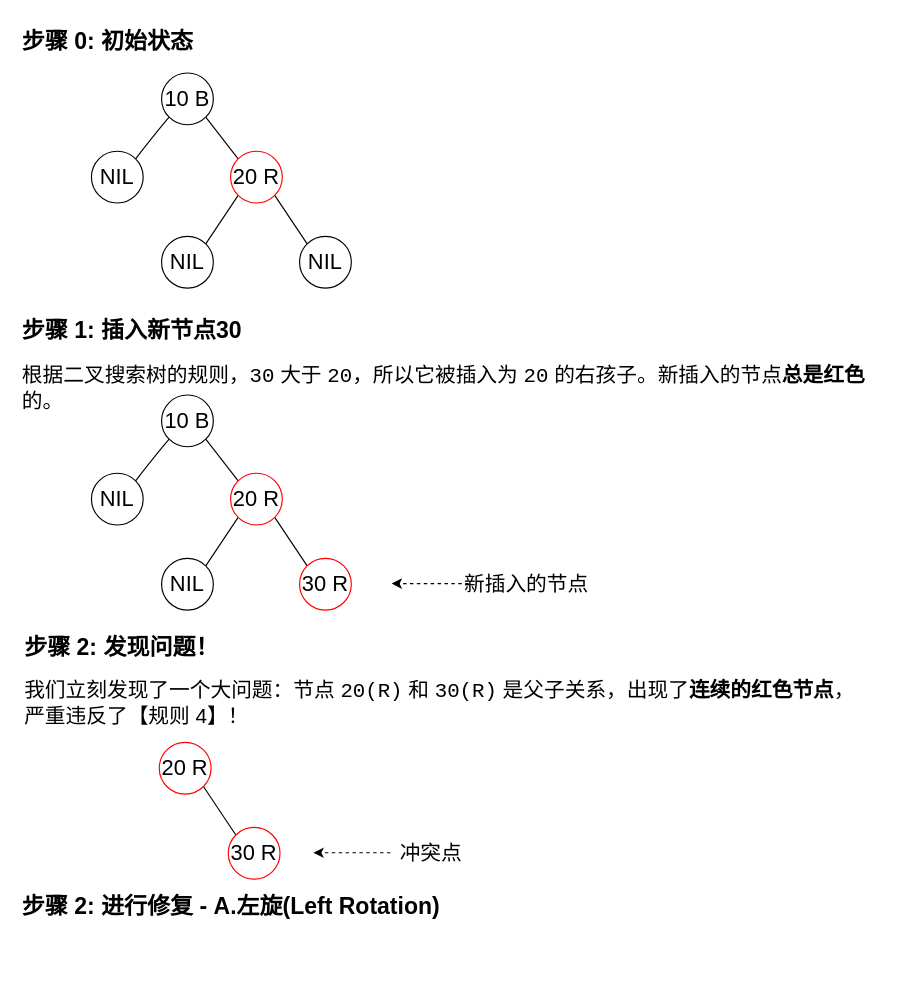
This is RedBlackWork.drawio from xiaodongYao/DrawIO, a draw.io file, before an edit. Source tidied: cells renumbered, new cells numbered last; positions are measured from the earlier drawing's top-left corner, leaving out a move shared by most shapes. Both pictures are drawn from the tidied source at 115%, with x=0, y=0 at pixel (20, 20).
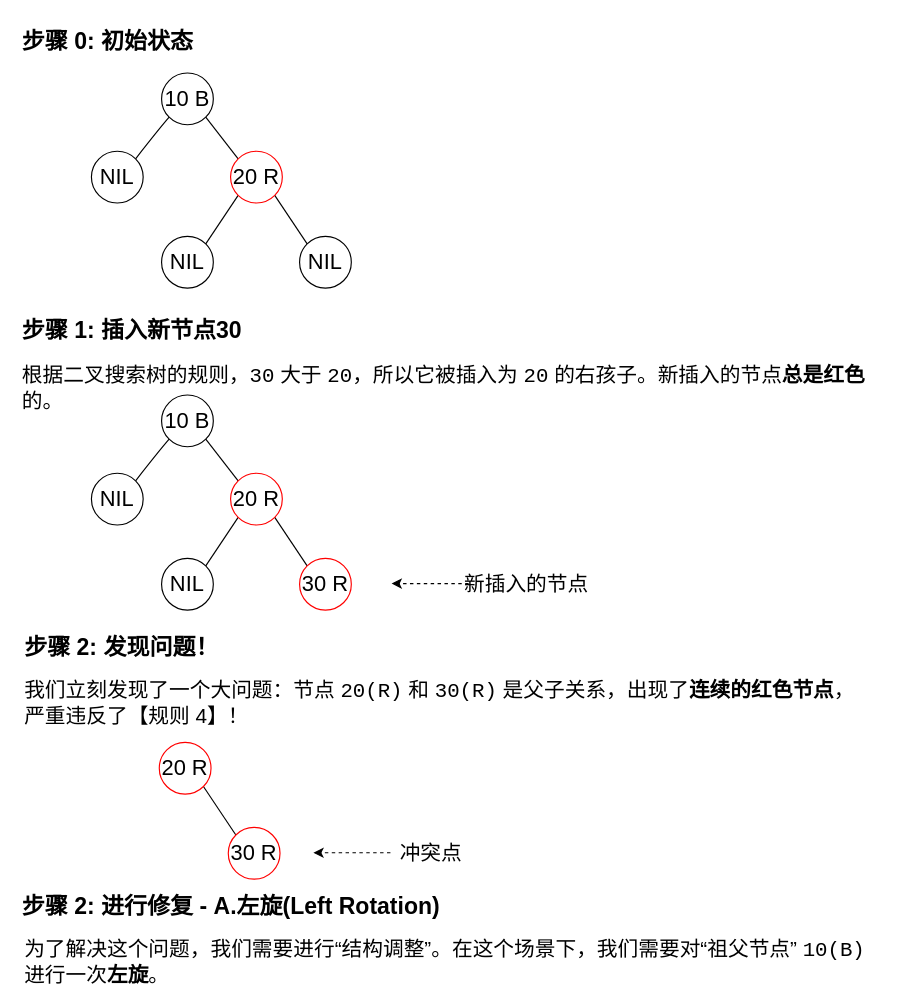
After the change.

What changed in the source:
```diff
@@
+    <mxCell id="33" value="为了解决这个问题，我们需要进行“结构调整”。在这个场景下，我们需要对“祖父节点” &lt;code&gt;10(B)&lt;/code&gt; 进行一次&lt;b&gt;左旋&lt;/b&gt;。" style="text;whiteSpace=wrap;html=1;fontSize=18;" parent="1" vertex="1">
+      <mxGeometry x="2" y="791" width="747" height="51" as="geometry" />
+    </mxCell>
```
